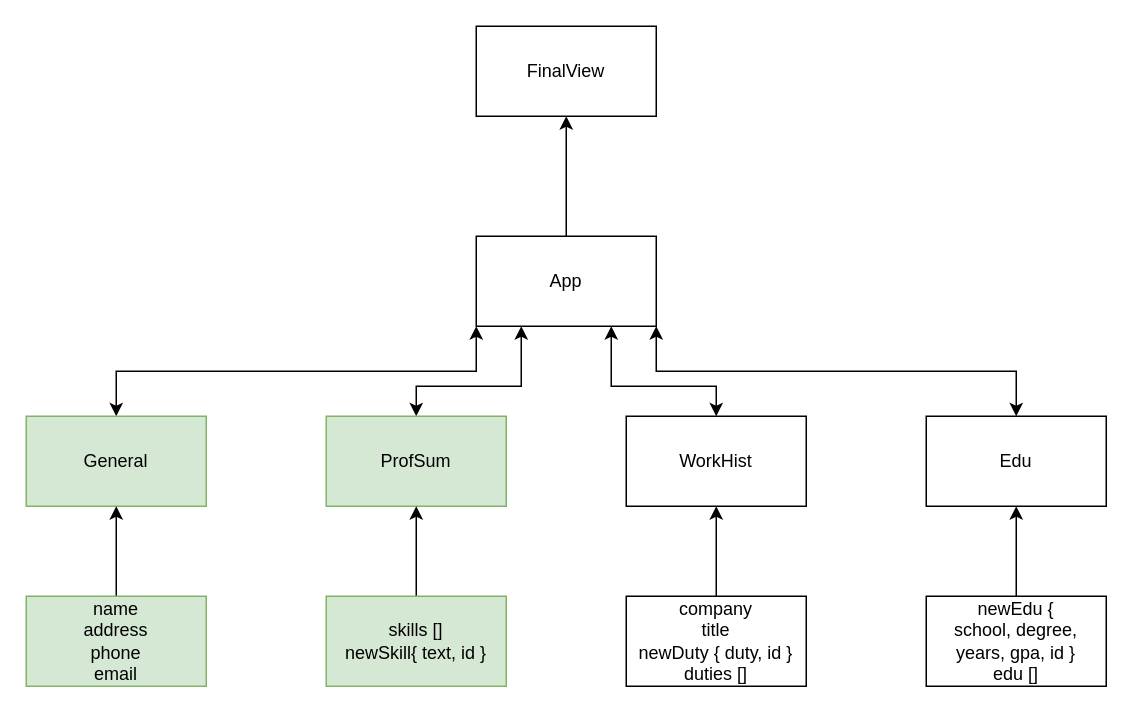
Above: page "Page-2" (2 of 2) of cv-app.drawio in reeseca90/cv-project (draw.io), before the change. Source tidied: cells renumbered, new cells numbered last; positions are measured from the earlier drawing's top-left corner, leaving out a move shared by most shapes. Both pictures are drawn from the tidied source at 150%, with x=0, y=0 at pixel (26, 26).
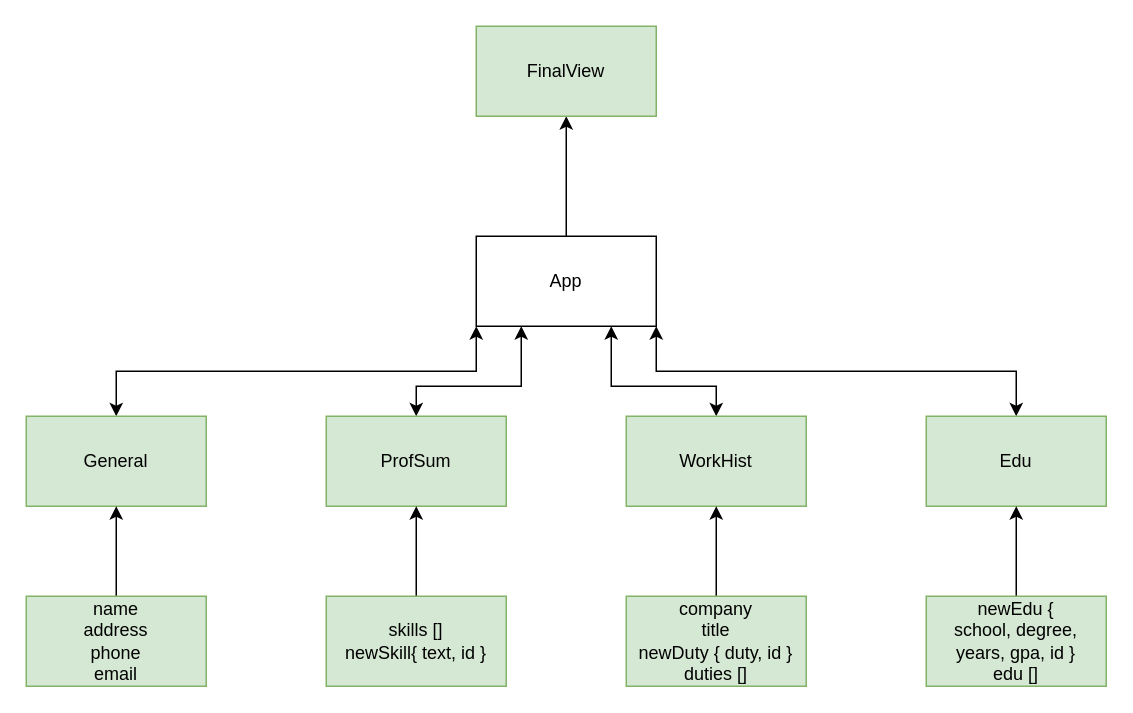
The same diagram, later.

The edit, as a diff of the source:
```diff
@@
-    <mxCell id="10" value="WorkHist" style="rounded=0;whiteSpace=wrap;html=1;" parent="1" vertex="1">
+    <mxCell id="10" value="WorkHist" style="rounded=0;whiteSpace=wrap;html=1;fillColor=#d5e8d4;strokeColor=#82b366;" parent="1" vertex="1">
       <mxGeometry x="400" y="260" width="120" height="60" as="geometry" />
     </mxCell>
-    <mxCell id="11" value="Edu" style="rounded=0;whiteSpace=wrap;html=1;" parent="1" vertex="1">
+    <mxCell id="11" value="Edu" style="rounded=0;whiteSpace=wrap;html=1;fillColor=#d5e8d4;strokeColor=#82b366;" parent="1" vertex="1">
       <mxGeometry x="600" y="260" width="120" height="60" as="geometry" />
     </mxCell>
-    <mxCell id="12" value="FinalView" style="rounded=0;whiteSpace=wrap;html=1;" parent="1" vertex="1">
+    <mxCell id="12" value="FinalView" style="rounded=0;whiteSpace=wrap;html=1;fillColor=#d5e8d4;strokeColor=#82b366;" parent="1" vertex="1">
       <mxGeometry x="300" width="120" height="60" as="geometry" />
     </mxCell>
@@
-    <mxCell id="18" value="company&lt;br&gt;title&lt;br&gt;newDuty { duty, id }&lt;br&gt;duties []" style="rounded=0;whiteSpace=wrap;html=1;" parent="1" vertex="1">
+    <mxCell id="18" value="company&lt;br&gt;title&lt;br&gt;newDuty { duty, id }&lt;br&gt;duties []" style="rounded=0;whiteSpace=wrap;html=1;fillColor=#d5e8d4;strokeColor=#82b366;" parent="1" vertex="1">
       <mxGeometry x="400" y="380" width="120" height="60" as="geometry" />
     </mxCell>
@@
-    <mxCell id="20" value="newEdu {&lt;br&gt;school, degree, years, gpa, id }&lt;br&gt;edu []" style="rounded=0;whiteSpace=wrap;html=1;" parent="1" vertex="1">
+    <mxCell id="20" value="newEdu {&lt;br&gt;school, degree, years, gpa, id }&lt;br&gt;edu []" style="rounded=0;whiteSpace=wrap;html=1;fillColor=#d5e8d4;strokeColor=#82b366;" parent="1" vertex="1">
       <mxGeometry x="600" y="380" width="120" height="60" as="geometry" />
     </mxCell>
```
